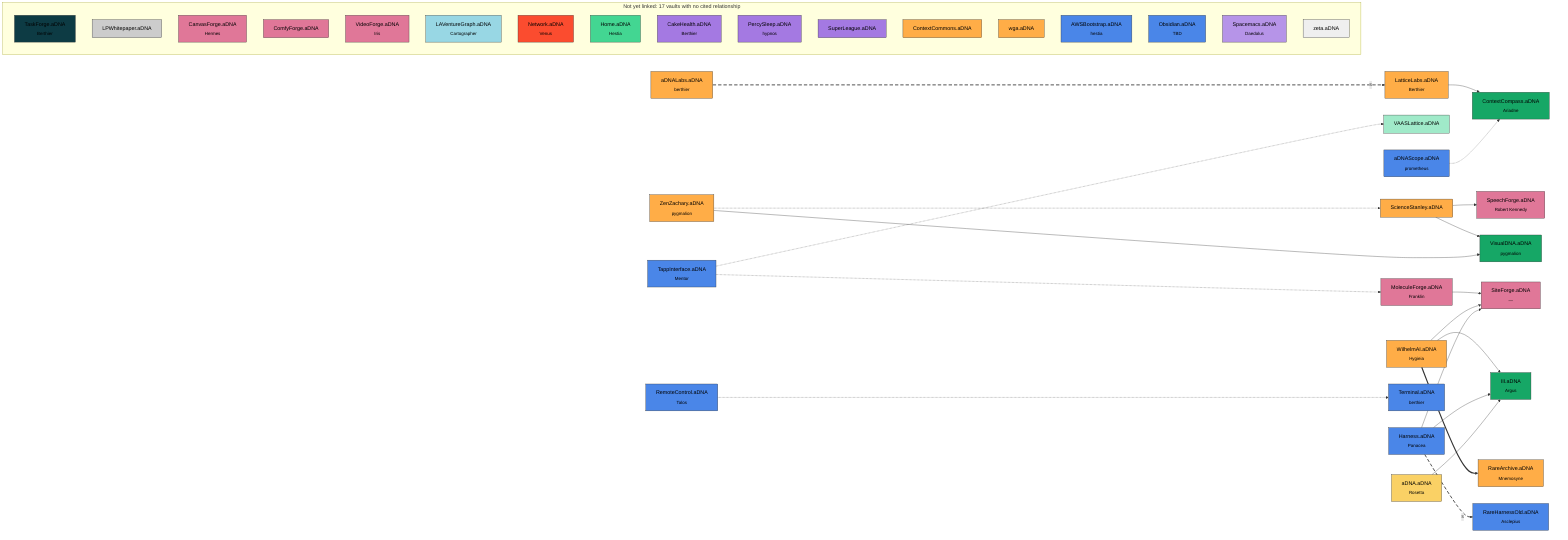
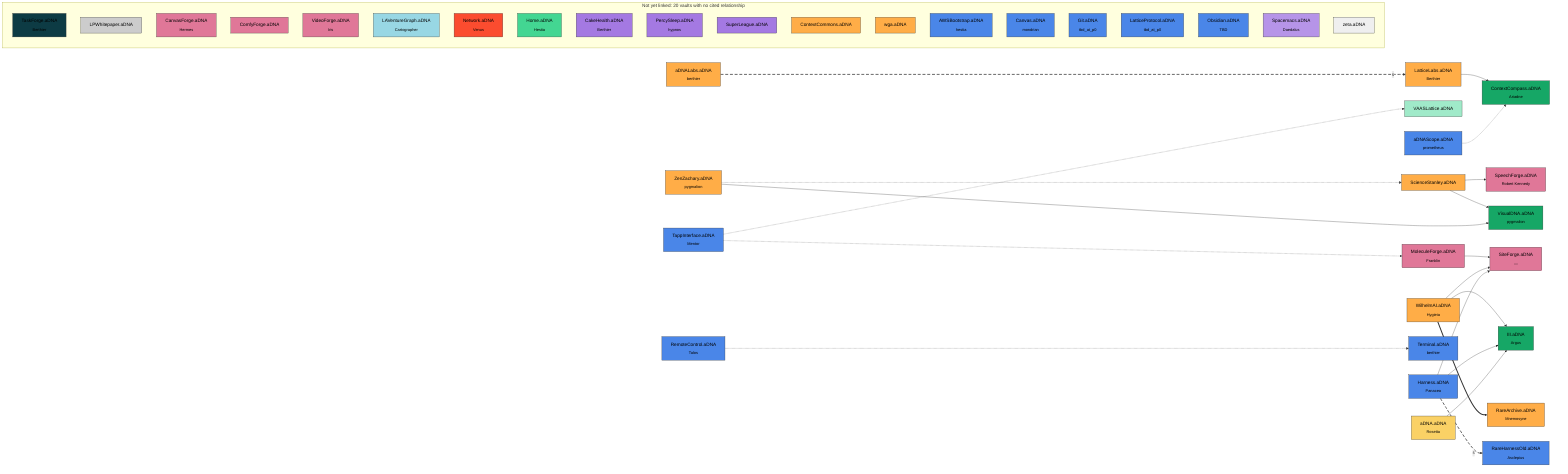
flowchart LR
  MoleculeForge_aDNA["MoleculeForge.aDNA<br><sub>Franklin</sub>"]:::classforge
  SiteForge_aDNA["SiteForge.aDNA<br><sub>—</sub>"]:::classforge
  SpeechForge_aDNA["SpeechForge.aDNA<br><sub>Robert Kennedy</sub>"]:::classforge
  ContextCompass_aDNA["ContextCompass.aDNA<br><sub>Ariadne</sub>"]:::classframework
  III_aDNA["III.aDNA<br><sub>Argus</sub>"]:::classframework
  visualdna["VisualDNA.aDNA<br><sub>pygmalion</sub>"]:::classframework
  VAASLattice_aDNA["VAASLattice.aDNA"]:::classframeworkcandidate
  adnalabs["aDNALabs.aDNA<br><sub>berthier</sub>"]:::classorgvault
  LatticeLabs_aDNA["LatticeLabs.aDNA<br><sub>Berthier</sub>"]:::classorgvault
  RareArchive_aDNA["RareArchive.aDNA<br><sub>Mnemosyne</sub>"]:::classorgvault
  sciencestanley["ScienceStanley.aDNA"]:::classorgvault
  WilhelmAI_aDNA["WilhelmAI.aDNA<br><sub>Hygieia</sub>"]:::classorgvault
  zenzachary["ZenZachary.aDNA<br><sub>pygmalion</sub>"]:::classorgvault
  adnascope["aDNAScope.aDNA<br><sub>prometheus</sub>"]:::classplatform
  Harness_aDNA["Harness.aDNA<br><sub>Panacea</sub>"]:::classplatform
  RareHarnessOld_aDNA["RareHarnessOld.aDNA<br><sub>Asclepius</sub>"]:::classplatform
  RemoteControl_aDNA["RemoteControl.aDNA<br><sub>Talos</sub>"]:::classplatform
  TappInterface_aDNA["TappInterface.aDNA<br><sub>Mentor</sub>"]:::classplatform
  terminal["Terminal.aDNA<br><sub>berthier</sub>"]:::classplatform
  aDNA_aDNA["aDNA.aDNA<br><sub>Rosetta</sub>"]:::classstandarddev

-   subgraph orphans["Not yet linked: 17 vaults with no cited relationship"]
+   subgraph orphans["Not yet linked: 20 vaults with no cited relationship"]
    direction TB
    TaskForge_aDNA["TaskForge.aDNA<br><sub>Berthier</sub>"]:::classcoordination
    LPWhitepaper_aDNA["LPWhitepaper.aDNA"]:::classdocument
    CanvasForge_aDNA["CanvasForge.aDNA<br><sub>Hermes</sub>"]:::classforge
    ComfyForge_aDNA["ComfyForge.aDNA"]:::classforge
    VideoForge_aDNA["VideoForge.aDNA<br><sub>Iris</sub>"]:::classforge
    LAVentureGraph_aDNA["LAVentureGraph.aDNA<br><sub>Cartographer</sub>"]:::classknowledgegraph
    Network_aDNA["Network.aDNA<br><sub>Venus</sub>"]:::classnetwork
    Home_aDNA["Home.aDNA<br><sub>Hestia</sub>"]:::classnodeoperational
    CakeHealth_aDNA["CakeHealth.aDNA<br><sub>Berthier</sub>"]:::classorggraph
    percysleep["PercySleep.aDNA<br><sub>hypnos</sub>"]:::classorggraph
    SuperLeague_aDNA["SuperLeague.aDNA"]:::classorggraph
    ContextCommons_aDNA["ContextCommons.aDNA"]:::classorgvault
    wga_aDNA["wga.aDNA"]:::classorgvault
    awsbootstrap["AWSBootstrap.aDNA<br><sub>hestia</sub>"]:::classplatform
+     canvas["Canvas.aDNA<br><sub>mondrian</sub>"]:::classplatform
+     git["Git.aDNA<br><sub>tbd_at_p0</sub>"]:::classplatform
+     latticeprotocol["LatticeProtocol.aDNA<br><sub>tbd_at_p0</sub>"]:::classplatform
    Obsidian_aDNA["Obsidian.aDNA<br><sub>TBD</sub>"]:::classplatform
    Spacemacs_aDNA["Spacemacs.aDNA<br><sub>Daedalus</sub>"]:::classtooling
    zeta_aDNA["zeta.aDNA"]:::classworkspace
  end

  MoleculeForge_aDNA --> SiteForge_aDNA
  adnalabs -.->|s| LatticeLabs_aDNA
  LatticeLabs_aDNA --> ContextCompass_aDNA
  sciencestanley --> SpeechForge_aDNA
  sciencestanley --> visualdna
  WilhelmAI_aDNA --> SiteForge_aDNA
  WilhelmAI_aDNA --> III_aDNA
  WilhelmAI_aDNA ==> RareArchive_aDNA
  zenzachary -.-> sciencestanley
  zenzachary --> visualdna
  adnascope -.-> ContextCompass_aDNA
  Harness_aDNA --> SiteForge_aDNA
  Harness_aDNA --> III_aDNA
  Harness_aDNA -.->|s| RareHarnessOld_aDNA
  RemoteControl_aDNA -.-> terminal
  TappInterface_aDNA -.-> MoleculeForge_aDNA
  TappInterface_aDNA -.-> VAASLattice_aDNA
  aDNA_aDNA --> III_aDNA
  linkStyle 1,13 stroke-width:2.5px,stroke-dasharray:10 6

  classDef classforge fill:#e07798,stroke:#333,color:#000
  classDef classframework fill:#16a766,stroke:#333,color:#000
  classDef classframeworkcandidate fill:#a0eac9,stroke:#333,color:#000
  classDef classplatform fill:#4a86e8,stroke:#333,color:#000
  classDef classorgvault fill:#ffad47,stroke:#333,color:#000
  classDef classstandarddev fill:#fad165,stroke:#333,color:#000
  classDef classorggraph fill:#a479e2,stroke:#333,color:#000
  classDef classnetwork fill:#fb4c2f,stroke:#333,color:#000
  classDef classnodeoperational fill:#43d692,stroke:#333,color:#000
  classDef classcoordination fill:#0d3b44,stroke:#333,color:#000
  classDef classdocument fill:#cccccc,stroke:#333,color:#000
  classDef classknowledgegraph fill:#98d7e4,stroke:#333,color:#000
  classDef classtooling fill:#b694e8,stroke:#333,color:#000
  classDef classworkspace fill:#efefef,stroke:#333,color:#000
  classDef classsuperseded fill:#666666,stroke:#333,color:#000
